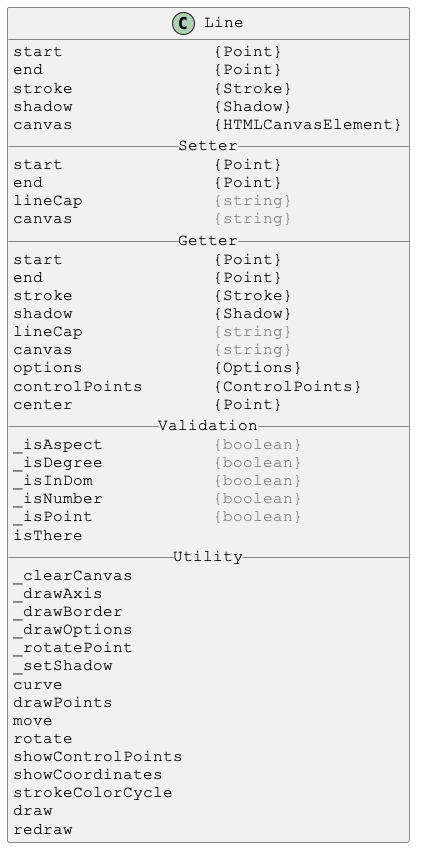
Earlier version of the PlantUML export docs/PlantUml/image/Line.png (Justin-Byrne/canvasLab). Its diagram source:
```plantuml
@startuml

skinparam DefaultFontSize 16
skinparam DefaultFontName Courier New

class Line {
start               {Point}
end                 {Point}
stroke              {Stroke}
shadow              {Shadow}
canvas              {HTMLCanvasElement}
__ Setter __
start               {Point}
end                 {Point}
lineCap             <color:gray>{string}</color>
canvas              <color:gray>{string}</color>
__ Getter __
start               {Point}
end                 {Point}
stroke              {Stroke}
shadow              {Shadow}
lineCap             <color:gray>{string}</color>
canvas              <color:gray>{string}</color>
options             {Options}
controlPoints       {ControlPoints}
center              {Point}
__ Validation __
_isAspect           <color:gray>{boolean}</color>
_isDegree           <color:gray>{boolean}</color>
_isInDom            <color:gray>{boolean}</color>
_isNumber           <color:gray>{boolean}</color>
_isPoint            <color:gray>{boolean}</color>
isThere
__ Utility __
_clearCanvas
_drawAxis
_drawBorder
_drawOptions
_rotatePoint
_setShadow
curve
drawPoints
move
rotate
showControlPoints
showCoordinates
strokeColorCycle
draw
redraw
}

@enduml
```
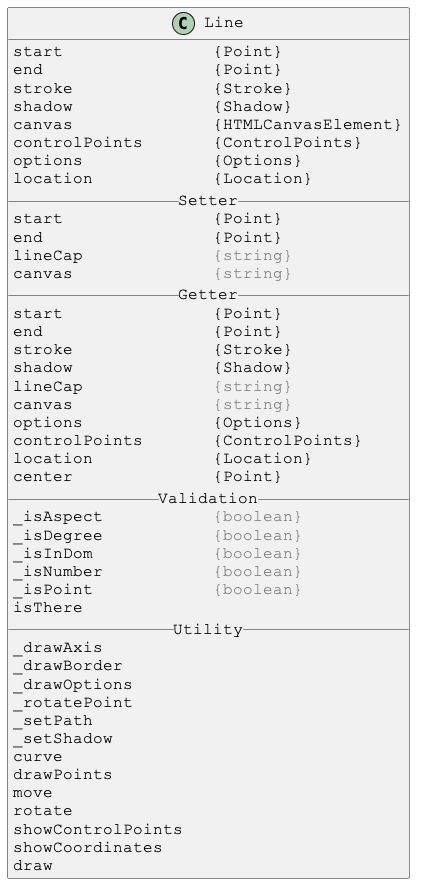
Later version of the same file.

Diff of the diagram source:
```diff
@@ -9,6 +9,9 @@
 stroke              {Stroke}
 shadow              {Shadow}
 canvas              {HTMLCanvasElement}
+controlPoints       {ControlPoints}
+options             {Options}
+location            {Location}
 __ Setter __
 start               {Point}
 end                 {Point}
@@ -23,6 +26,7 @@
 canvas              <color:gray>{string}</color>
 options             {Options}
 controlPoints       {ControlPoints}
+location            {Location}
 center              {Point}
 __ Validation __
 _isAspect           <color:gray>{boolean}</color>
@@ -32,11 +36,11 @@
 _isPoint            <color:gray>{boolean}</color>
 isThere
 __ Utility __
-_clearCanvas
 _drawAxis
 _drawBorder
 _drawOptions
 _rotatePoint
+_setPath
 _setShadow
 curve
 drawPoints
@@ -44,9 +48,7 @@
 rotate
 showControlPoints
 showCoordinates
-strokeColorCycle
 draw
-redraw
 }
 
 @enduml
```
